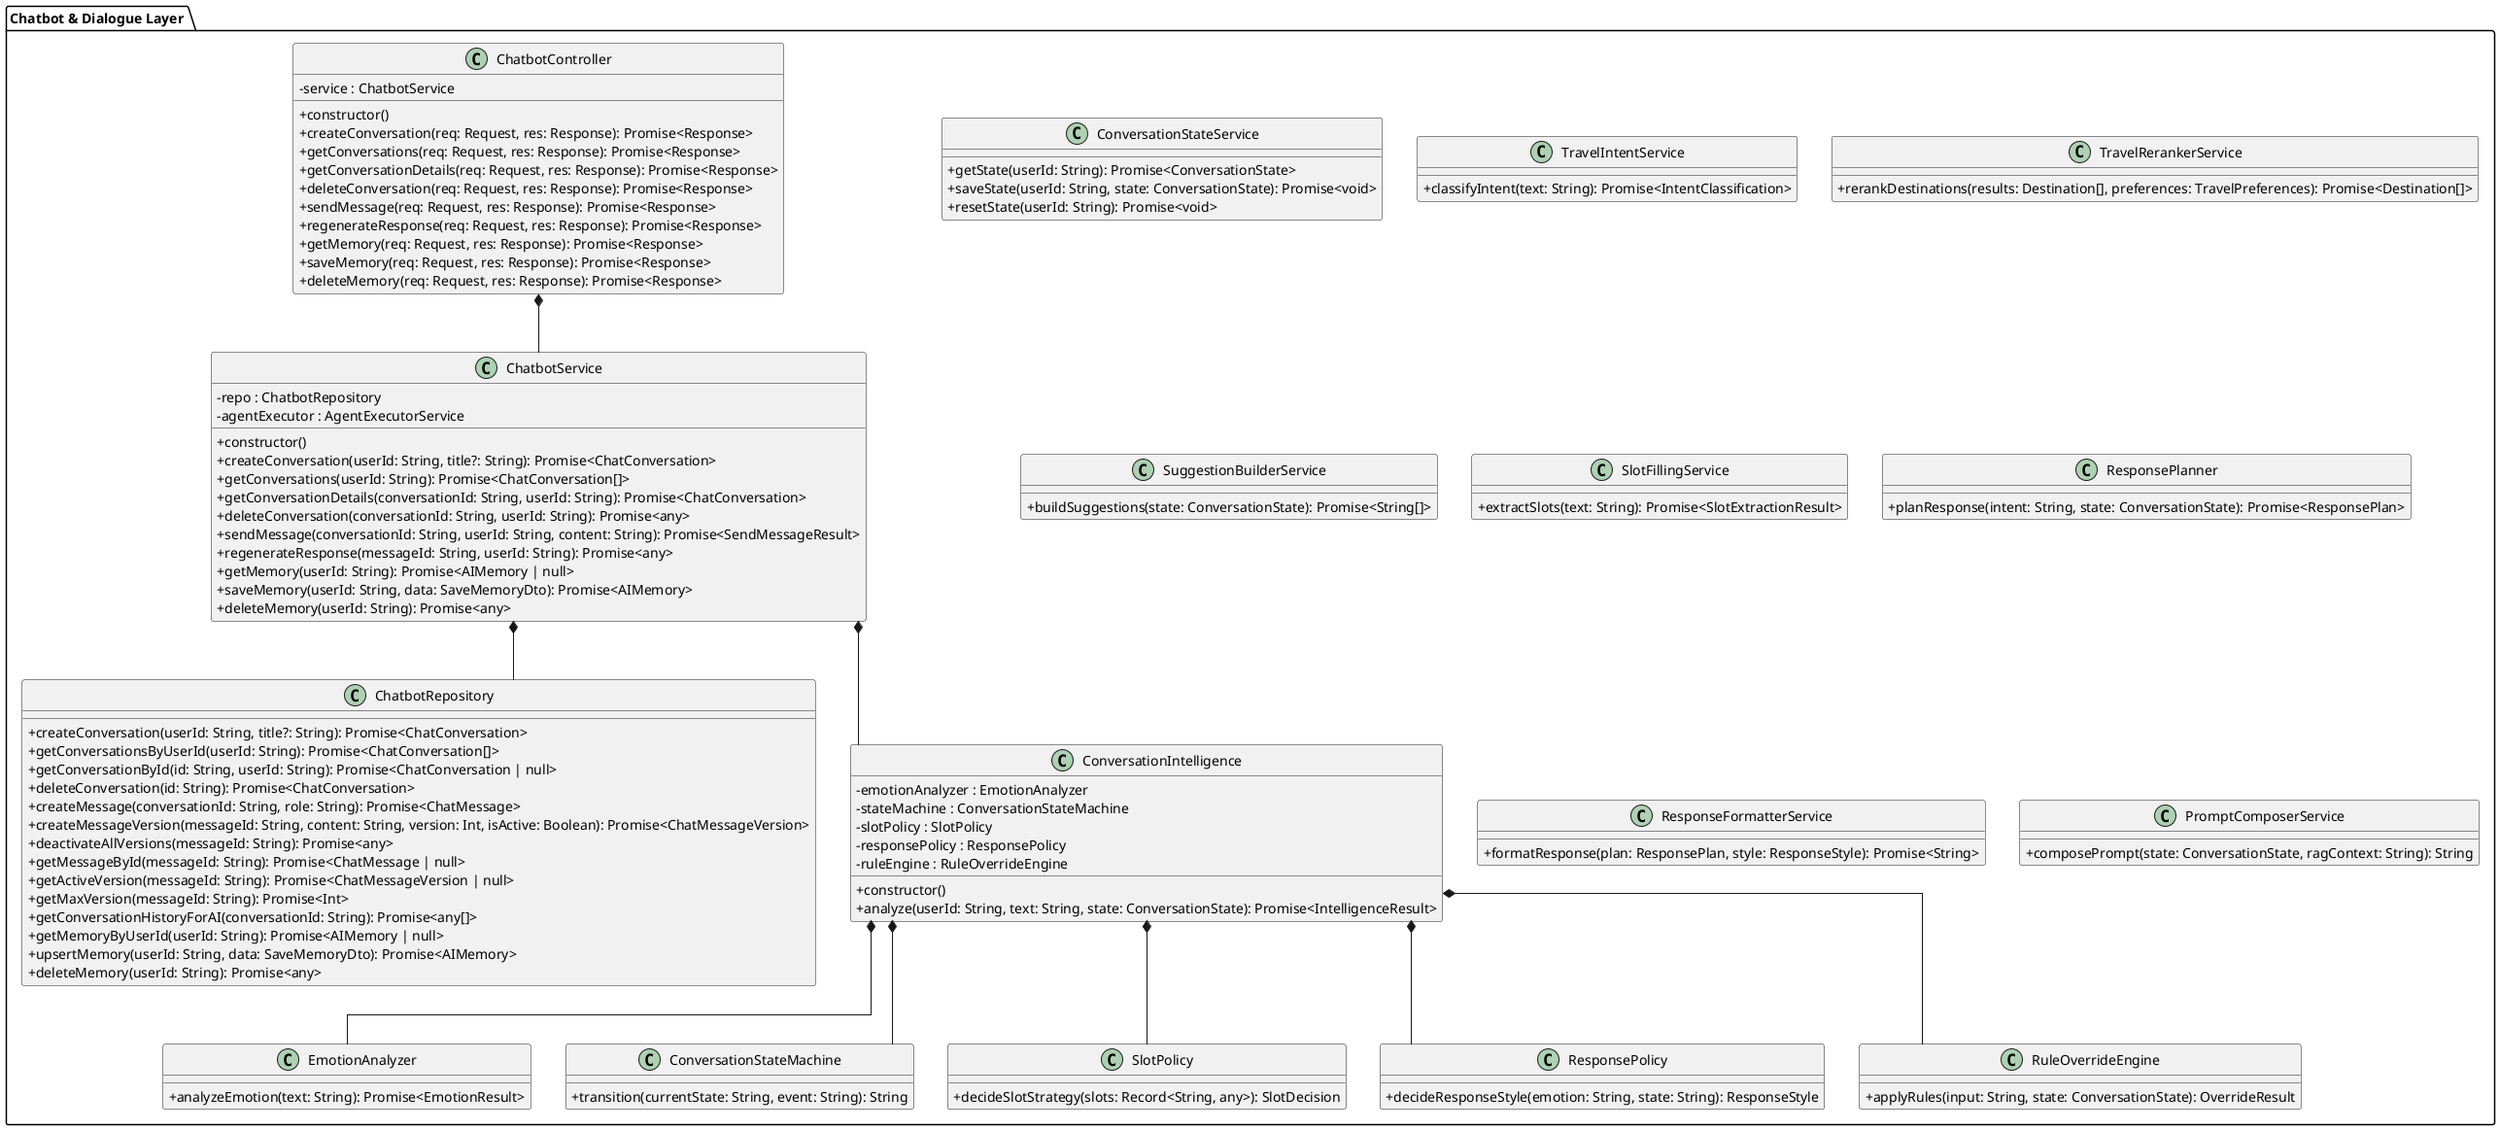
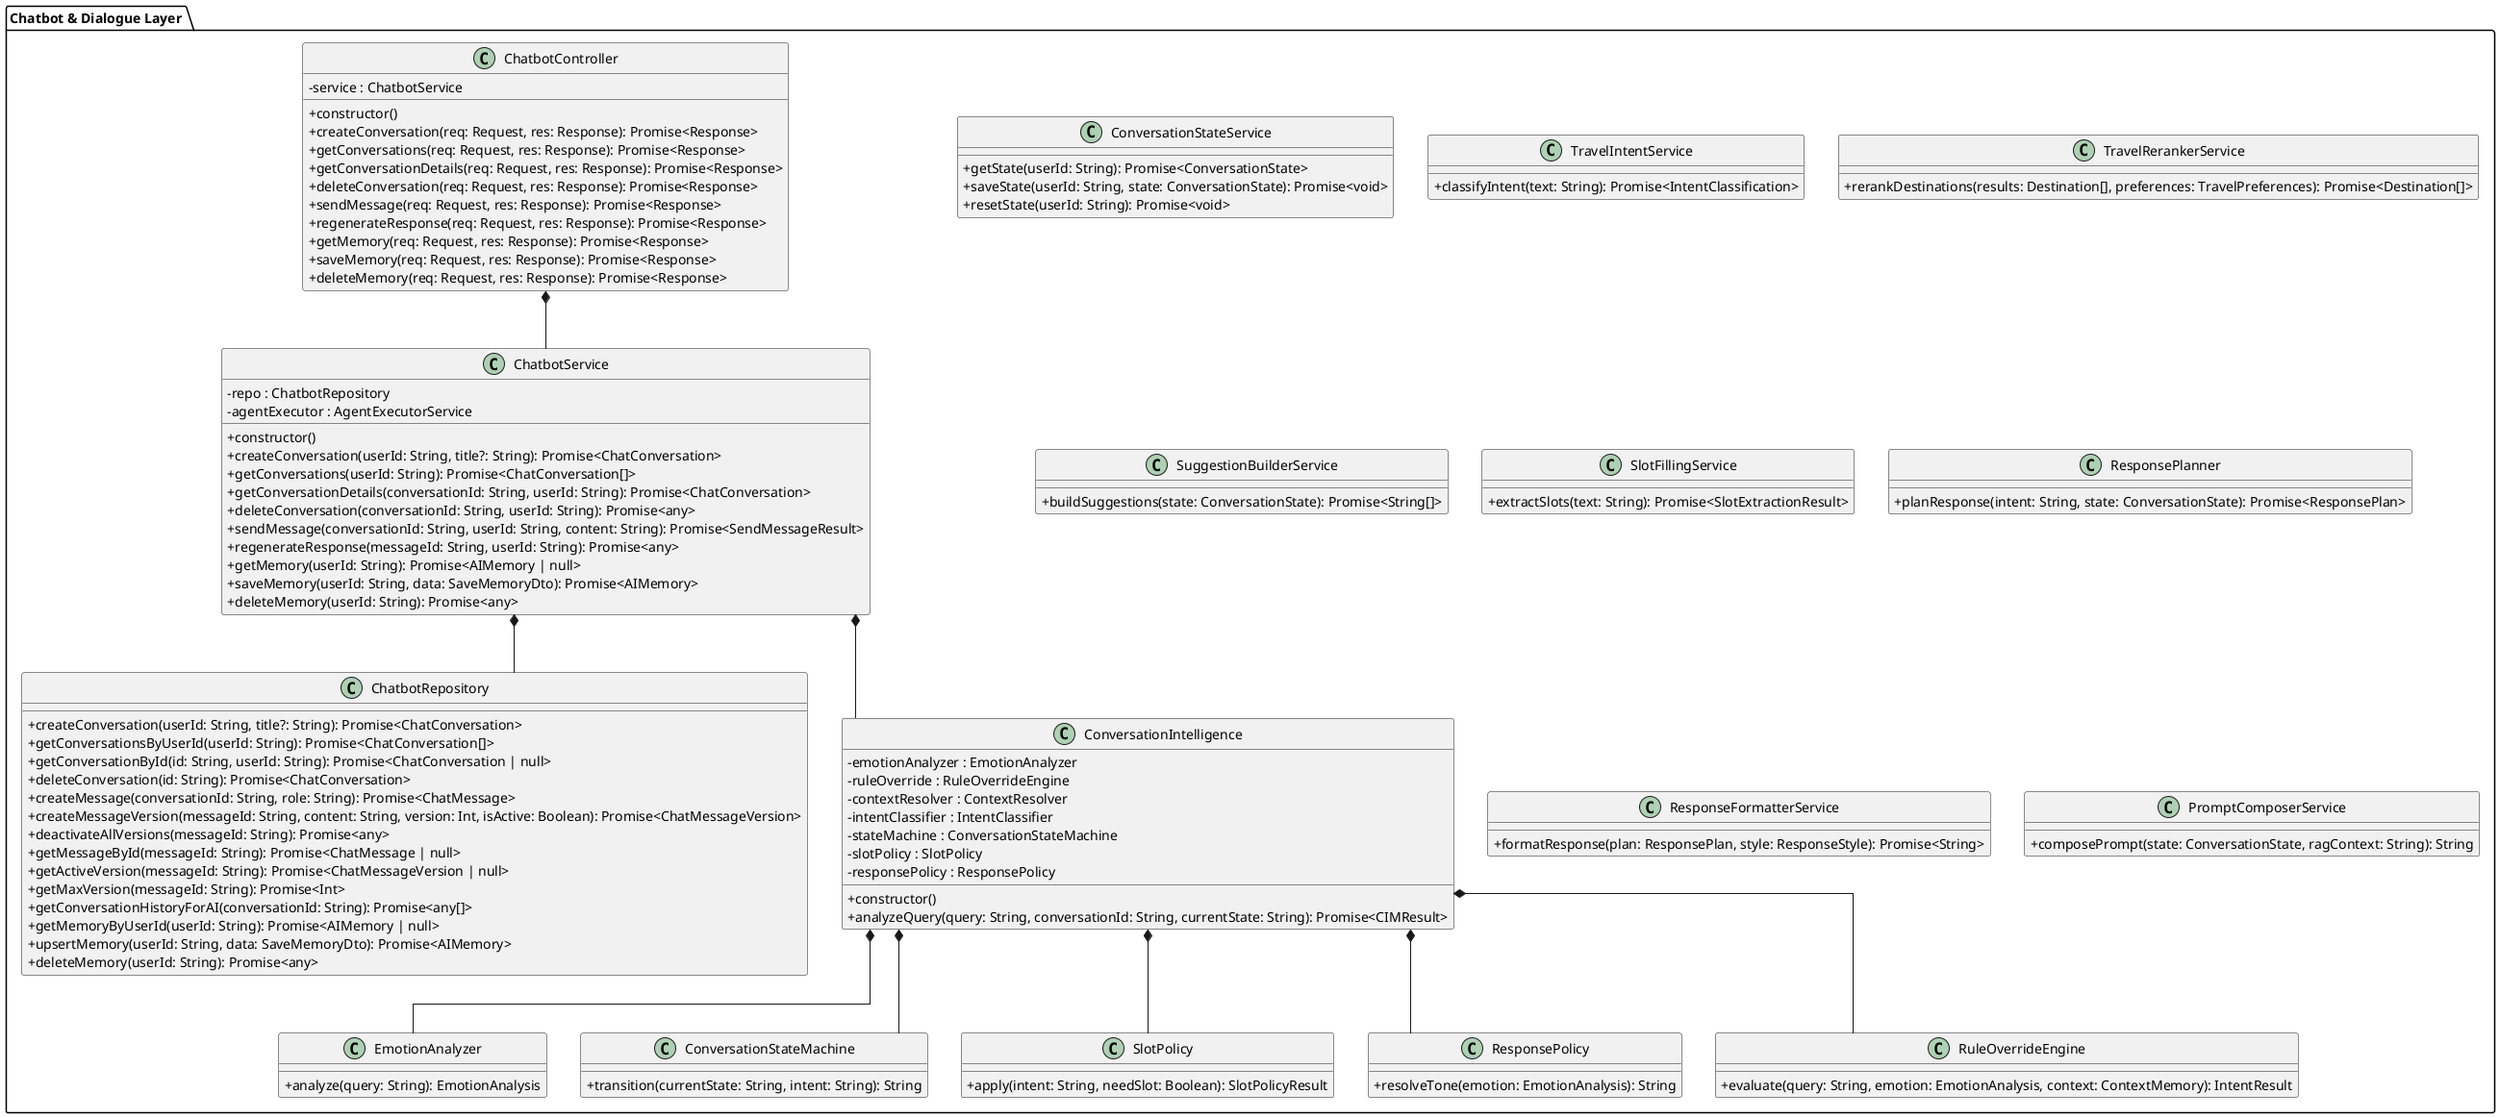
@startuml Class_Chatbot

skinparam linetype ortho
skinparam classAttributeIconSize 0

package "Chatbot & Dialogue Layer " {

  class "ChatbotController" as ChatbotController {
    - service : ChatbotService
    + constructor()
    + createConversation(req: Request, res: Response): Promise<Response>
    + getConversations(req: Request, res: Response): Promise<Response>
    + getConversationDetails(req: Request, res: Response): Promise<Response>
    + deleteConversation(req: Request, res: Response): Promise<Response>
    + sendMessage(req: Request, res: Response): Promise<Response>
    + regenerateResponse(req: Request, res: Response): Promise<Response>
    + getMemory(req: Request, res: Response): Promise<Response>
    + saveMemory(req: Request, res: Response): Promise<Response>
    + deleteMemory(req: Request, res: Response): Promise<Response>
  }

  class "ChatbotService" as ChatbotService {
    - repo : ChatbotRepository
    - agentExecutor : AgentExecutorService
    + constructor()
    + createConversation(userId: String, title?: String): Promise<ChatConversation>
    + getConversations(userId: String): Promise<ChatConversation[]>
    + getConversationDetails(conversationId: String, userId: String): Promise<ChatConversation>
    + deleteConversation(conversationId: String, userId: String): Promise<any>
    + sendMessage(conversationId: String, userId: String, content: String): Promise<SendMessageResult>
    + regenerateResponse(messageId: String, userId: String): Promise<any>
    + getMemory(userId: String): Promise<AIMemory | null>
    + saveMemory(userId: String, data: SaveMemoryDto): Promise<AIMemory>
    + deleteMemory(userId: String): Promise<any>
  }

  class "ChatbotRepository" as ChatbotRepository {
    + createConversation(userId: String, title?: String): Promise<ChatConversation>
    + getConversationsByUserId(userId: String): Promise<ChatConversation[]>
    + getConversationById(id: String, userId: String): Promise<ChatConversation | null>
    + deleteConversation(id: String): Promise<ChatConversation>
    + createMessage(conversationId: String, role: String): Promise<ChatMessage>
    + createMessageVersion(messageId: String, content: String, version: Int, isActive: Boolean): Promise<ChatMessageVersion>
    + deactivateAllVersions(messageId: String): Promise<any>
    + getMessageById(messageId: String): Promise<ChatMessage | null>
    + getActiveVersion(messageId: String): Promise<ChatMessageVersion | null>
    + getMaxVersion(messageId: String): Promise<Int>
    + getConversationHistoryForAI(conversationId: String): Promise<any[]>
    + getMemoryByUserId(userId: String): Promise<AIMemory | null>
    + upsertMemory(userId: String, data: SaveMemoryDto): Promise<AIMemory>
    + deleteMemory(userId: String): Promise<any>
  }

  class "ConversationIntelligence" as ConversationIntelligence {
    - emotionAnalyzer : EmotionAnalyzer
+     - ruleOverride : RuleOverrideEngine
+     - contextResolver : ContextResolver
+     - intentClassifier : IntentClassifier
    - stateMachine : ConversationStateMachine
    - slotPolicy : SlotPolicy
    - responsePolicy : ResponsePolicy
-     - ruleEngine : RuleOverrideEngine
    + constructor()
-     + analyze(userId: String, text: String, state: ConversationState): Promise<IntelligenceResult>
+     + analyzeQuery(query: String, conversationId: String, currentState: String): Promise<CIMResult>
  }

  class "EmotionAnalyzer" as EmotionAnalyzer {
-     + analyzeEmotion(text: String): Promise<EmotionResult>
+     + analyze(query: String): EmotionAnalysis
  }

  class "ConversationStateMachine" as ConversationStateMachine {
-     + transition(currentState: String, event: String): String
+     + transition(currentState: String, intent: String): String
  }

  class "SlotPolicy" as SlotPolicy {
-     + decideSlotStrategy(slots: Record<String, any>): SlotDecision
+     + apply(intent: String, needSlot: Boolean): SlotPolicyResult
  }

  class "ResponsePolicy" as ResponsePolicy {
-     + decideResponseStyle(emotion: String, state: String): ResponseStyle
+     + resolveTone(emotion: EmotionAnalysis): String
  }

  class "RuleOverrideEngine" as RuleOverrideEngine {
-     + applyRules(input: String, state: ConversationState): OverrideResult
+     + evaluate(query: String, emotion: EmotionAnalysis, context: ContextMemory): IntentResult
  }

  ' ─── DIALOGUE LAYER SERVICES ───
  class "ConversationStateService" as ConversationStateService {
    + getState(userId: String): Promise<ConversationState>
    + saveState(userId: String, state: ConversationState): Promise<void>
    + resetState(userId: String): Promise<void>
  }

  class "TravelIntentService" as TravelIntentService {
    + classifyIntent(text: String): Promise<IntentClassification>
  }

  class "TravelRerankerService" as TravelRerankerService {
    + rerankDestinations(results: Destination[], preferences: TravelPreferences): Promise<Destination[]>
  }

  class "SuggestionBuilderService" as SuggestionBuilderService {
    + buildSuggestions(state: ConversationState): Promise<String[]>
  }

  class "SlotFillingService" as SlotFillingService {
    + extractSlots(text: String): Promise<SlotExtractionResult>
  }

  class "ResponsePlanner" as ResponsePlanner {
    + planResponse(intent: String, state: ConversationState): Promise<ResponsePlan>
  }

  class "ResponseFormatterService" as ResponseFormatterService {
    + formatResponse(plan: ResponsePlan, style: ResponseStyle): Promise<String>
  }

  class "PromptComposerService" as PromptComposerService {
    + composePrompt(state: ConversationState, ragContext: String): String
  }
}

ChatbotController *-- ChatbotService
ChatbotService *-- ChatbotRepository
ChatbotService *-- ConversationIntelligence

ConversationIntelligence *-- EmotionAnalyzer
ConversationIntelligence *-- ConversationStateMachine
ConversationIntelligence *-- SlotPolicy
ConversationIntelligence *-- ResponsePolicy
ConversationIntelligence *-- RuleOverrideEngine

@enduml
